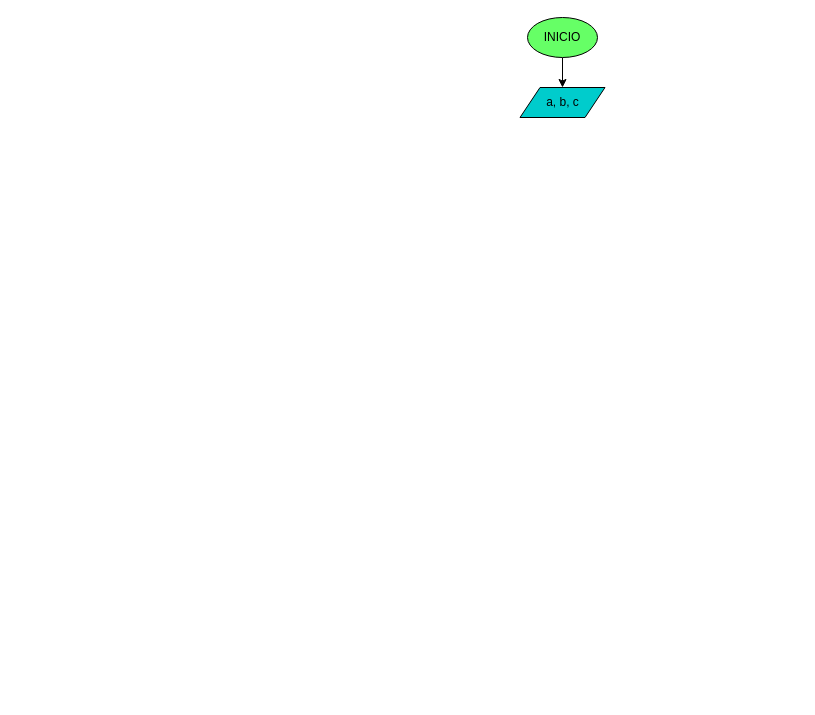
Before: diagrama.drawio in sistemas-colegio-guanenta/quiz-condicionales-zdelgado89, a draw.io diagram. Source tidied: cells renumbered, new cells numbered last; positions are measured from the earlier drawing's top-left corner, leaving out a move shared by most shapes. Both pictures are drawn from the tidied source at 100%, with x=0, y=0 at pixel (519, 17).
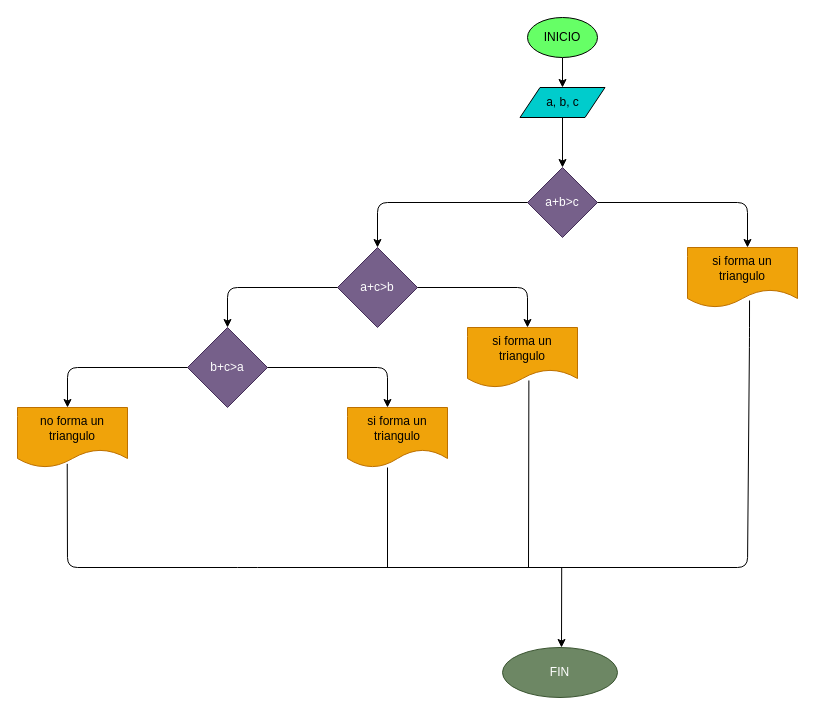
The same page after the edit.

The change refers to these unchanged cells:
```xml
<mxCell id="4" value="a, b, c" style="shape=parallelogram;perimeter=parallelogramPerimeter;whiteSpace=wrap;html=1;fixedSize=1;fillColor=#00CCCC;" parent="1" vertex="1">
  <mxGeometry x="0.5" y="70" width="85" height="30" as="geometry" />
</mxCell>
```

What changed in the source:
```diff
@@
+    <mxCell id="5" style="endArrow=classic;html=1;exitX=0.5;exitY=1;exitDx=0;exitDy=0;" parent="1" edge="1" source="4">
+      <mxGeometry relative="1" as="geometry">
+        <mxPoint x="43" y="150" as="targetPoint" />
+      </mxGeometry>
+    </mxCell>
+    <mxCell id="6" value="a+b&amp;gt;c" style="rhombus;whiteSpace=wrap;html=1;fillColor=#76608a;fontColor=#ffffff;strokeColor=#432D57;" parent="1" vertex="1">
+      <mxGeometry x="8" y="150" width="70" height="70" as="geometry" />
+    </mxCell>
+    <mxCell id="7" style="endArrow=classic;html=1;exitX=0;exitY=0.5;exitDx=0;exitDy=0;" parent="1" edge="1" source="6">
+      <mxGeometry relative="1" as="geometry">
+        <mxPoint x="-142" y="230" as="targetPoint" />
+        <Array as="points">
+          <mxPoint x="-142" y="185" />
+        </Array>
+      </mxGeometry>
+    </mxCell>
+    <mxCell id="8" style="endArrow=classic;html=1;exitX=1;exitY=0.5;exitDx=0;exitDy=0;" parent="1" edge="1" source="6">
+      <mxGeometry relative="1" as="geometry">
+        <mxPoint x="228" y="230" as="targetPoint" />
+        <Array as="points">
+          <mxPoint x="228" y="185" />
+        </Array>
+      </mxGeometry>
+    </mxCell>
+    <mxCell id="9" value="si forma un triangulo" style="shape=document;whiteSpace=wrap;html=1;boundedLbl=1;fillColor=#f0a30a;fontColor=#000000;strokeColor=#BD7000;" parent="1" vertex="1">
+      <mxGeometry x="168" y="230" width="110" height="60" as="geometry" />
+    </mxCell>
+    <mxCell id="10" value="a+c&amp;gt;b" style="rhombus;whiteSpace=wrap;html=1;fillColor=#76608a;fontColor=#ffffff;strokeColor=#432D57;" parent="1" vertex="1">
+      <mxGeometry x="-182" y="230" width="80" height="80" as="geometry" />
+    </mxCell>
+    <mxCell id="11" style="endArrow=classic;html=1;exitX=1;exitY=0.5;exitDx=0;exitDy=0;" parent="1" edge="1" source="10">
+      <mxGeometry relative="1" as="geometry">
+        <mxPoint x="8" y="310" as="targetPoint" />
+        <Array as="points">
+          <mxPoint x="8" y="270" />
+        </Array>
+      </mxGeometry>
+    </mxCell>
+    <mxCell id="12" style="endArrow=classic;html=1;exitX=0;exitY=0.5;exitDx=0;exitDy=0;" parent="1" edge="1" source="10">
+      <mxGeometry relative="1" as="geometry">
+        <mxPoint x="-292" y="310" as="targetPoint" />
+        <Array as="points">
+          <mxPoint x="-292" y="270" />
+        </Array>
+      </mxGeometry>
+    </mxCell>
+    <mxCell id="13" value="b+c&amp;gt;a" style="rhombus;whiteSpace=wrap;html=1;fillColor=#76608a;fontColor=#ffffff;strokeColor=#432D57;" parent="1" vertex="1">
+      <mxGeometry x="-332" y="310" width="80" height="80" as="geometry" />
+    </mxCell>
+    <mxCell id="14" style="endArrow=classic;html=1;" parent="1" edge="1">
+      <mxGeometry relative="1" as="geometry">
+        <mxPoint x="-252" y="350" as="sourcePoint" />
+        <mxPoint x="-132" y="390" as="targetPoint" />
+        <Array as="points">
+          <mxPoint x="-132" y="350" />
+        </Array>
+      </mxGeometry>
+    </mxCell>
+    <mxCell id="15" style="endArrow=classic;html=1;exitX=0;exitY=0.5;exitDx=0;exitDy=0;" parent="1" edge="1" source="13">
+      <mxGeometry relative="1" as="geometry">
+        <mxPoint x="-452" y="390" as="targetPoint" />
+        <Array as="points">
+          <mxPoint x="-452" y="350" />
+        </Array>
+      </mxGeometry>
+    </mxCell>
+    <mxCell id="16" value="si forma un triangulo" style="shape=document;whiteSpace=wrap;html=1;boundedLbl=1;fillColor=#f0a30a;fontColor=#000000;strokeColor=#BD7000;" parent="1" vertex="1">
+      <mxGeometry x="-172" y="390" width="100" height="60" as="geometry" />
+    </mxCell>
+    <mxCell id="17" value="no forma un triangulo" style="shape=document;whiteSpace=wrap;html=1;boundedLbl=1;fillColor=#f0a30a;fontColor=#000000;strokeColor=#BD7000;" parent="1" vertex="1">
+      <mxGeometry x="-502" y="390" width="110" height="60" as="geometry" />
+    </mxCell>
+    <mxCell id="18" value="si forma un triangulo" style="shape=document;whiteSpace=wrap;html=1;boundedLbl=1;fillColor=#f0a30a;fontColor=#000000;strokeColor=#BD7000;" parent="1" vertex="1">
+      <mxGeometry x="-52" y="310" width="110" height="60" as="geometry" />
+    </mxCell>
+    <mxCell id="19" style="endArrow=none;html=1;entryX=0.564;entryY=0.883;entryDx=0;entryDy=0;entryPerimeter=0;exitX=0.452;exitY=0.939;exitDx=0;exitDy=0;exitPerimeter=0;" parent="1" edge="1" source="17" target="9">
+      <mxGeometry relative="1" as="geometry">
+        <Array as="points">
+          <mxPoint x="-452" y="550" />
+          <mxPoint x="-272" y="550" />
+          <mxPoint x="228" y="550" />
+          <mxPoint x="230" y="320" />
+        </Array>
+      </mxGeometry>
+    </mxCell>
+    <mxCell id="20" style="endArrow=none;html=1;exitX=0.4;exitY=1;exitDx=0;exitDy=0;exitPerimeter=0;" parent="1" edge="1" source="16">
+      <mxGeometry relative="1" as="geometry">
+        <mxPoint x="-132" y="550" as="targetPoint" />
+      </mxGeometry>
+    </mxCell>
+    <mxCell id="21" style="endArrow=none;html=1;exitX=0.558;exitY=0.883;exitDx=0;exitDy=0;exitPerimeter=0;" parent="1" edge="1" source="18">
+      <mxGeometry relative="1" as="geometry">
+        <mxPoint x="9" y="550" as="targetPoint" />
+      </mxGeometry>
+    </mxCell>
+    <mxCell id="22" style="endArrow=classic;html=1;" parent="1" edge="1">
+      <mxGeometry relative="1" as="geometry">
+        <mxPoint x="42.2" y="550" as="sourcePoint" />
+        <mxPoint x="42" y="630" as="targetPoint" />
+      </mxGeometry>
+    </mxCell>
+    <mxCell id="23" value="FIN" style="ellipse;whiteSpace=wrap;html=1;fillColor=#6d8764;fontColor=#ffffff;strokeColor=#3A5431;" parent="1" vertex="1">
+      <mxGeometry x="-17" y="630" width="115" height="50" as="geometry" />
+    </mxCell>
```
